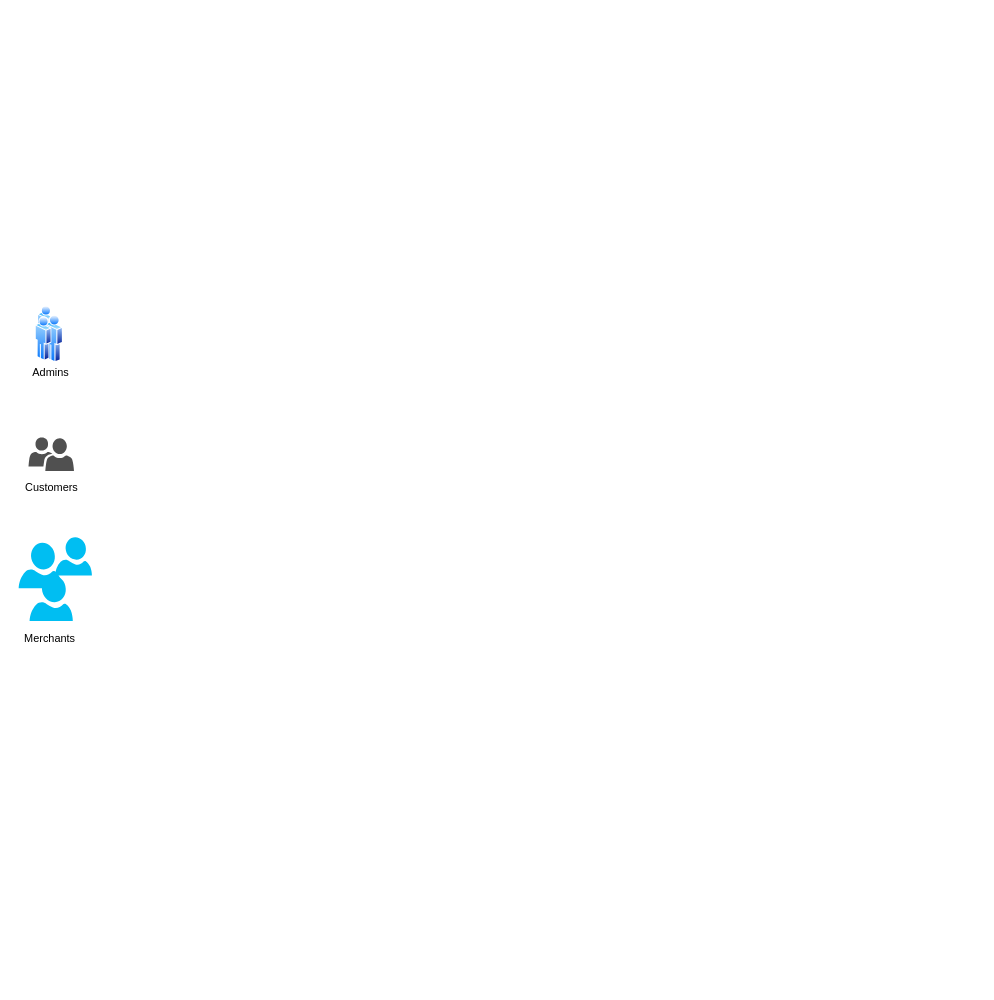
The draw.io diagram Untitled Diagram.drawio in Lowkey1729/c-_addition, before the edit. Source tidied: cells renumbered, new cells numbered last; positions are measured from the earlier drawing's top-left corner, leaving out a move shared by most shapes. Both pictures are drawn from the tidied source at 91%, with x=0, y=0 at pixel (15, 305). Pictures stored in the file or linked from it are replaced by grey dashed boxes.
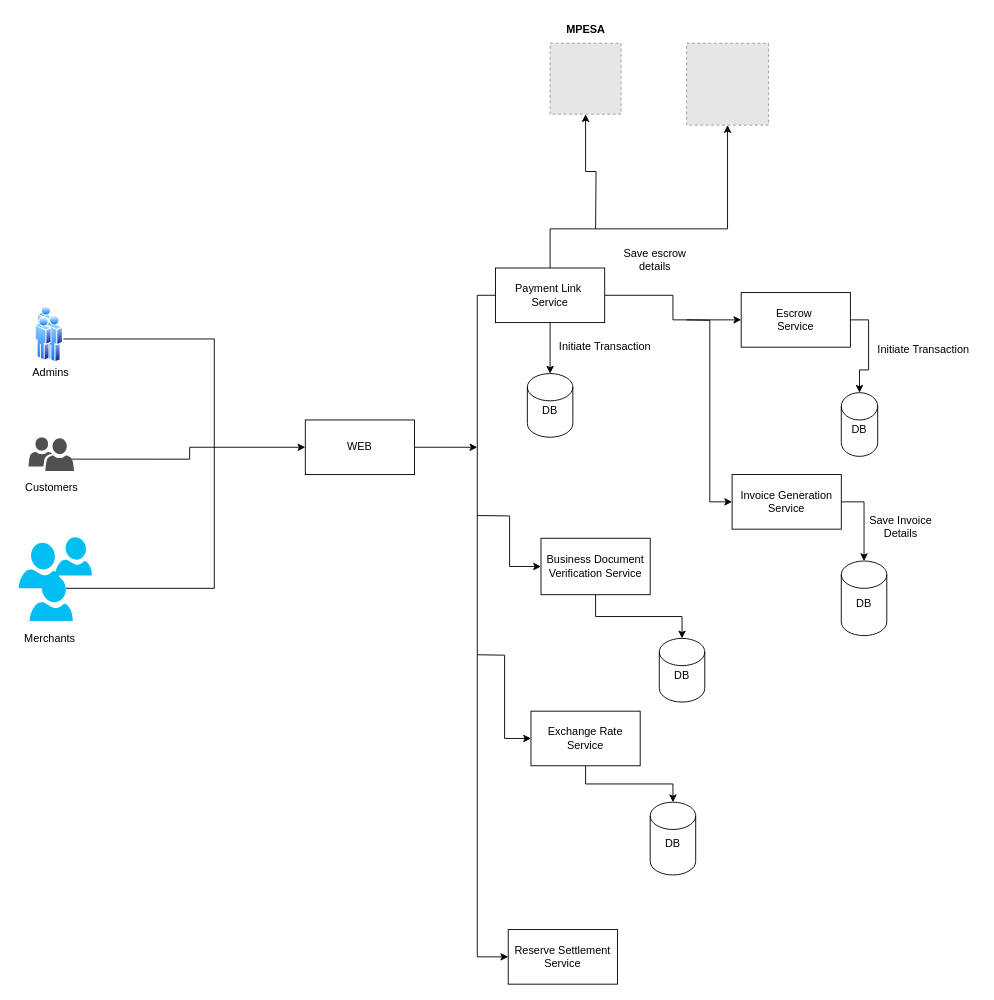
After the change.

Unchanged cells that the change refers to:
```xml
<mxCell id="4" style="image;perimeter=ellipsePerimeter;html=1;align=center;shadow=0;dashed=0;spacingTop=3;image=img/lib/active_directory/user.svg;" parent="1" vertex="1">
  <mxGeometry x="32.2" y="10" width="20" height="54" as="geometry" />
</mxCell>
<mxCell id="6" style="verticalLabelPosition=bottom;html=1;verticalAlign=top;align=center;strokeColor=none;fillColor=#00BEF2;shape=mxgraph.azure.user;" parent="1" vertex="1">
  <mxGeometry x="15" y="297" width="47.5" height="50" as="geometry" />
</mxCell>
<mxCell id="8" style="sketch=0;shadow=0;dashed=0;html=1;strokeColor=none;labelPosition=center;verticalLabelPosition=bottom;verticalAlign=top;align=center;fillColor=#505050;shape=mxgraph.mscae.intune.user_group;" parent="1" vertex="1">
  <mxGeometry x="13.8" y="145" width="50" height="37" as="geometry" />
</mxCell>
```

Diff of the diagram source:
```diff
@@
+    <mxCell id="12" style="edgeStyle=orthogonalEdgeStyle;rounded=0;jettySize=auto;html=1;exitX=0;exitY=0.5;exitDx=0;exitDy=0;entryX=0;entryY=0.5;entryDx=0;entryDy=0;" parent="1" edge="1" target="25">
+      <mxGeometry relative="1" as="geometry">
+        <mxPoint x="507" y="231" as="sourcePoint" />
+      </mxGeometry>
+    </mxCell>
+    <mxCell id="13" style="edgeStyle=elbowEdgeStyle;rounded=0;jettySize=auto;html=1;exitX=1;exitY=0.5;exitDx=0;exitDy=0;elbow=vertical;entryX=0.84;entryY=0.28;entryDx=0;entryDy=0;entryPerimeter=0;startArrow=none;startFill=0;strokeColor=default;endArrow=none;endFill=0;" parent="1" edge="1" source="4" target="6">
+      <mxGeometry relative="1" as="geometry">
+        <Array as="points">
+          <mxPoint x="218" y="30" />
+        </Array>
+      </mxGeometry>
+    </mxCell>
@@
+    <mxCell id="14" style="edgeStyle=orthogonalEdgeStyle;rounded=0;jettySize=auto;html=1;exitX=0.96;exitY=0.65;exitDx=0;exitDy=0;exitPerimeter=0;entryX=0;entryY=0.5;entryDx=0;entryDy=0;" parent="1" edge="1" source="8" target="16">
+      <mxGeometry relative="1" as="geometry" />
+    </mxCell>
@@
+    <mxCell id="15" style="edgeStyle=orthogonalEdgeStyle;rounded=0;jettySize=auto;html=1;exitX=1;exitY=0.5;exitDx=0;exitDy=0;" parent="1" edge="1" source="16">
+      <mxGeometry relative="1" as="geometry">
+        <mxPoint x="507" y="156" as="targetPoint" />
+      </mxGeometry>
+    </mxCell>
+    <mxCell id="16" value="WEB" style="rounded=0;whiteSpace=wrap;html=1;" parent="1" vertex="1">
+      <mxGeometry x="318" y="126" width="120" height="60" as="geometry" />
+    </mxCell>
+    <mxCell id="17" style="edgeStyle=orthogonalEdgeStyle;rounded=0;jettySize=auto;html=1;exitX=0;exitY=0.5;exitDx=0;exitDy=0;entryX=0;entryY=0.5;entryDx=0;entryDy=0;" parent="1" edge="1" source="20" target="26">
+      <mxGeometry relative="1" as="geometry" />
+    </mxCell>
+    <mxCell id="18" style="edgeStyle=orthogonalEdgeStyle;rounded=0;jettySize=auto;html=1;exitX=0.5;exitY=1;exitDx=0;exitDy=0;" parent="1" edge="1" source="20" target="29">
+      <mxGeometry relative="1" as="geometry" />
+    </mxCell>
+    <mxCell id="19" style="edgeStyle=orthogonalEdgeStyle;rounded=0;jettySize=auto;html=1;exitX=1;exitY=0.5;exitDx=0;exitDy=0;entryX=0;entryY=0.5;entryDx=0;entryDy=0;" parent="1" edge="1" source="20" target="28">
+      <mxGeometry relative="1" as="geometry" />
+    </mxCell>
+    <mxCell id="20" value="Payment Link&amp;nbsp;&lt;div&gt;Service&lt;/div&gt;" style="rounded=0;whiteSpace=wrap;html=1;" parent="1" vertex="1">
+      <mxGeometry x="527" y="-41" width="120" height="60" as="geometry" />
+    </mxCell>
+    <mxCell id="21" style="edgeStyle=orthogonalEdgeStyle;rounded=0;jettySize=auto;html=1;exitX=0;exitY=0.5;exitDx=0;exitDy=0;entryX=0;entryY=0.5;entryDx=0;entryDy=0;" parent="1" edge="1" target="23">
+      <mxGeometry relative="1" as="geometry">
+        <mxPoint x="507" y="384" as="sourcePoint" />
+      </mxGeometry>
+    </mxCell>
+    <mxCell id="22" style="edgeStyle=orthogonalEdgeStyle;rounded=0;jettySize=auto;html=1;exitX=0.5;exitY=1;exitDx=0;exitDy=0;" parent="1" edge="1" source="23" target="39">
+      <mxGeometry relative="1" as="geometry" />
+    </mxCell>
+    <mxCell id="23" value="Exchange Rate Service" style="rounded=0;whiteSpace=wrap;html=1;" parent="1" vertex="1">
+      <mxGeometry x="566" y="446" width="120" height="60" as="geometry" />
+    </mxCell>
+    <mxCell id="24" style="edgeStyle=orthogonalEdgeStyle;rounded=0;jettySize=auto;html=1;exitX=0.5;exitY=1;exitDx=0;exitDy=0;" parent="1" edge="1" source="25" target="38">
+      <mxGeometry relative="1" as="geometry" />
+    </mxCell>
+    <mxCell id="25" value="Business Document Verification Service" style="rounded=0;whiteSpace=wrap;html=1;" parent="1" vertex="1">
+      <mxGeometry x="577" y="256" width="120" height="62" as="geometry" />
+    </mxCell>
+    <mxCell id="26" value="Reserve Settlement&lt;div&gt;Service&lt;/div&gt;" style="rounded=0;whiteSpace=wrap;html=1;" parent="1" vertex="1">
+      <mxGeometry x="541" y="686" width="120" height="60" as="geometry" />
+    </mxCell>
+    <mxCell id="27" style="edgeStyle=orthogonalEdgeStyle;rounded=0;jettySize=auto;html=1;exitX=1;exitY=0.5;exitDx=0;exitDy=0;" parent="1" edge="1" source="28" target="30">
+      <mxGeometry relative="1" as="geometry" />
+    </mxCell>
+    <mxCell id="28" value="Escrow&amp;nbsp;&lt;div&gt;Service&lt;/div&gt;" style="rounded=0;whiteSpace=wrap;html=1;" parent="1" vertex="1">
+      <mxGeometry x="797" y="-14" width="120" height="60" as="geometry" />
+    </mxCell>
+    <mxCell id="29" value="DB&lt;div&gt;&lt;br&gt;&lt;/div&gt;" style="shape=cylinder3;whiteSpace=wrap;html=1;boundedLbl=1;backgroundOutline=1;size=15;" parent="1" vertex="1">
+      <mxGeometry x="562" y="75" width="50" height="70" as="geometry" />
+    </mxCell>
+    <mxCell id="30" value="DB&lt;div&gt;&lt;br&gt;&lt;/div&gt;" style="shape=cylinder3;whiteSpace=wrap;html=1;boundedLbl=1;backgroundOutline=1;size=15;" parent="1" vertex="1">
+      <mxGeometry x="907" y="96" width="40" height="70" as="geometry" />
+    </mxCell>
+    <mxCell id="31" value="Initiate Transaction" style="text;html=1;align=center;verticalAlign=middle;strokeColor=none;fillColor=none;" parent="1" vertex="1">
+      <mxGeometry x="587" y="31" width="120" height="30" as="geometry" />
+    </mxCell>
+    <mxCell id="32" value="Initiate Transaction" style="text;html=1;align=center;verticalAlign=middle;strokeColor=none;fillColor=none;" parent="1" vertex="1">
+      <mxGeometry x="937" y="34" width="120" height="30" as="geometry" />
+    </mxCell>
+    <mxCell id="33" value="Save escrow&lt;div&gt;details&lt;/div&gt;" style="text;html=1;align=center;verticalAlign=middle;strokeColor=none;fillColor=none;" parent="1" vertex="1">
+      <mxGeometry x="657" y="-70" width="90" height="40" as="geometry" />
+    </mxCell>
+    <mxCell id="34" style="edgeStyle=orthogonalEdgeStyle;rounded=0;jettySize=auto;html=1;exitX=0.5;exitY=0;exitDx=0;exitDy=0;startArrow=none;startFill=0;flowAnimation=0;" parent="1" edge="1" source="20" target="35">
+      <mxGeometry relative="1" as="geometry">
+        <Array as="points">
+          <mxPoint x="587" y="-84" />
+        </Array>
+      </mxGeometry>
+    </mxCell>
+    <mxCell id="35" style="fillColor=#E6E6E6;strokeColor=#999999;dashed=1;html=1;verticalAlign=top;verticalLabelPosition=bottom;labelBackgroundColor=#ffffff;" parent="1" vertex="1">
+      <mxGeometry x="737" y="-288" width="90" height="90" as="geometry" />
+    </mxCell>
+    <mxCell id="36" style="edgeStyle=orthogonalEdgeStyle;rounded=0;jettySize=auto;html=1;entryX=0.5;entryY=1;entryDx=0;entryDy=0;" parent="1" edge="1" target="37">
+      <mxGeometry relative="1" as="geometry">
+        <mxPoint x="637" y="-84" as="sourcePoint" />
+      </mxGeometry>
+    </mxCell>
+    <mxCell id="37" style="fillColor=#E6E6E6;strokeColor=#999999;dashed=1;html=1;verticalAlign=top;verticalLabelPosition=bottom;labelBackgroundColor=#ffffff;" parent="1" vertex="1">
+      <mxGeometry x="587" y="-288" width="78" height="78" as="geometry" />
+    </mxCell>
+    <mxCell id="38" value="DB&lt;div&gt;&lt;br&gt;&lt;/div&gt;" style="shape=cylinder3;whiteSpace=wrap;html=1;boundedLbl=1;backgroundOutline=1;size=15;" parent="1" vertex="1">
+      <mxGeometry x="707" y="366" width="50" height="70" as="geometry" />
+    </mxCell>
+    <mxCell id="39" value="DB&lt;div&gt;&lt;br&gt;&lt;/div&gt;" style="shape=cylinder3;whiteSpace=wrap;html=1;boundedLbl=1;backgroundOutline=1;size=15;" parent="1" vertex="1">
+      <mxGeometry x="697" y="546" width="50" height="80" as="geometry" />
+    </mxCell>
+    <mxCell id="40" style="edgeStyle=orthogonalEdgeStyle;rounded=0;jettySize=auto;html=1;exitX=0;exitY=0.5;exitDx=0;exitDy=0;entryX=0;entryY=0.5;entryDx=0;entryDy=0;" parent="1" edge="1" target="43">
+      <mxGeometry relative="1" as="geometry">
+        <mxPoint x="737" y="16" as="sourcePoint" />
+      </mxGeometry>
+    </mxCell>
+    <mxCell id="41" value="&lt;b&gt;MPESA&lt;/b&gt;" style="text;html=1;align=center;verticalAlign=middle;strokeColor=none;fillColor=none;" parent="1" vertex="1">
+      <mxGeometry x="591" y="-318" width="70" height="30" as="geometry" />
+    </mxCell>
+    <mxCell id="42" style="edgeStyle=orthogonalEdgeStyle;rounded=0;jettySize=auto;html=1;exitX=1;exitY=0.5;exitDx=0;exitDy=0;" parent="1" edge="1" source="43" target="44">
+      <mxGeometry relative="1" as="geometry" />
+    </mxCell>
+    <mxCell id="43" value="Invoice Generation&lt;div&gt;Service&lt;/div&gt;" style="rounded=0;whiteSpace=wrap;html=1;" parent="1" vertex="1">
+      <mxGeometry x="787" y="186" width="120" height="60" as="geometry" />
+    </mxCell>
+    <mxCell id="44" value="DB&lt;div&gt;&lt;br&gt;&lt;/div&gt;" style="shape=cylinder3;whiteSpace=wrap;html=1;boundedLbl=1;backgroundOutline=1;size=15;" parent="1" vertex="1">
+      <mxGeometry x="907" y="281" width="50" height="82" as="geometry" />
+    </mxCell>
+    <mxCell id="45" value="Save Invoice&lt;div&gt;Details&lt;/div&gt;&lt;div&gt;&lt;br&gt;&lt;/div&gt;" style="text;html=1;align=center;verticalAlign=middle;strokeColor=none;fillColor=none;" parent="1" vertex="1">
+      <mxGeometry x="927" y="221" width="90" height="60" as="geometry" />
+    </mxCell>
```
